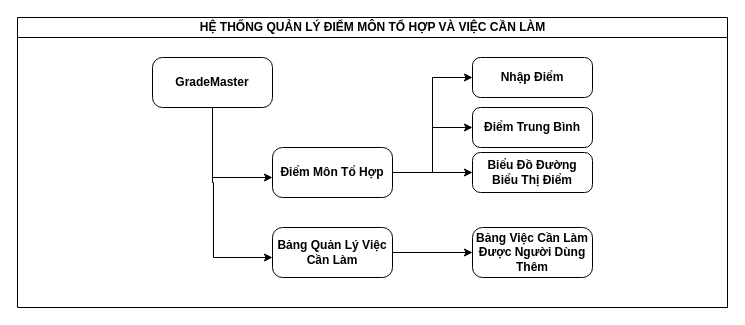
Before: Untitled Diagram.drawio in HuyN2105/GradeMaster, a draw.io diagram. Source tidied: cells renumbered, new cells numbered last; positions are measured from the earlier drawing's top-left corner, leaving out a move shared by most shapes. Both pictures are drawn from the tidied source at 100%, with x=0, y=0 at pixel (17, 17).
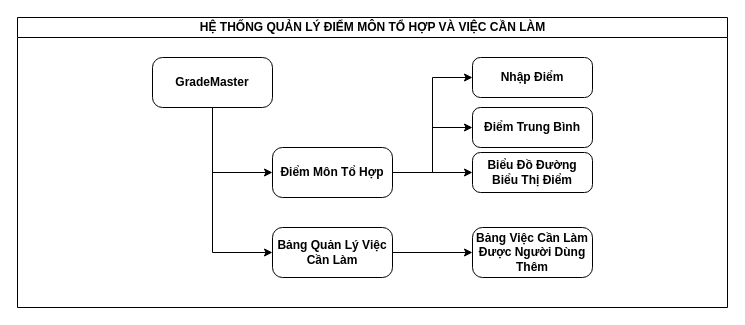
The same diagram, later.

Unchanged cells that the change refers to:
```xml
<mxCell id="2" value="HỆ THỐNG QUẢN LÝ ĐIỂM MÔN TỔ HỢP VÀ VIỆC CẦN LÀM" style="swimlane;html=1;startSize=20;horizontal=1;containerType=tree;glass=0;" parent="1" vertex="1">
  <mxGeometry width="710" height="290" as="geometry" />
</mxCell>
<mxCell id="5" value="&lt;b&gt;GradeMaster&lt;/b&gt;" style="rounded=1;whiteSpace=wrap;html=1;arcSize=20;" parent="2" vertex="1">
  <mxGeometry x="135" y="40" width="120" height="50" as="geometry" />
</mxCell>
<mxCell id="9" value="&lt;b&gt;Điểm Môn Tổ Hợp&lt;/b&gt;" style="rounded=1;whiteSpace=wrap;html=1;arcSize=20;" parent="2" vertex="1">
  <mxGeometry x="255" y="130" width="120" height="50" as="geometry" />
</mxCell>
<mxCell id="11" value="&lt;b&gt;Bảng Quản Lý Việc Cần Làm&lt;/b&gt;" style="rounded=1;whiteSpace=wrap;html=1;arcSize=20;" parent="2" vertex="1">
  <mxGeometry x="255" y="210" width="120" height="50" as="geometry" />
</mxCell>
```

What changed in the source:
```diff
@@
-    <mxCell id="3" style="edgeStyle=orthogonalEdgeStyle;rounded=0;jettySize=auto;html=1;" parent="2" edge="1" source="5">
-      <mxGeometry relative="1" as="geometry">
-        <mxPoint x="255" y="240" as="targetPoint" />
-        <Array as="points">
-          <mxPoint x="195" y="165" />
-          <mxPoint x="196" y="165" />
-          <mxPoint x="196" y="240" />
-        </Array>
-      </mxGeometry>
-    </mxCell>
-    <mxCell id="4" style="edgeStyle=orthogonalEdgeStyle;rounded=0;jettySize=auto;html=1;" parent="2" edge="1" source="5">
-      <mxGeometry relative="1" as="geometry">
-        <mxPoint x="255" y="160" as="targetPoint" />
-        <Array as="points">
-          <mxPoint x="195" y="160" />
-        </Array>
-      </mxGeometry>
-    </mxCell>
+    <mxCell id="16" style="edgeStyle=orthogonalEdgeStyle;rounded=0;jettySize=auto;html=1;entryX=0;entryY=0.5;entryDx=0;entryDy=0;" parent="2" edge="1" source="5" target="9">
+      <mxGeometry relative="1" as="geometry" />
+    </mxCell>
+    <mxCell id="17" style="edgeStyle=orthogonalEdgeStyle;rounded=0;jettySize=auto;html=1;entryX=0;entryY=0.5;entryDx=0;entryDy=0;" parent="2" edge="1" source="5" target="11">
+      <mxGeometry relative="1" as="geometry" />
+    </mxCell>
```
